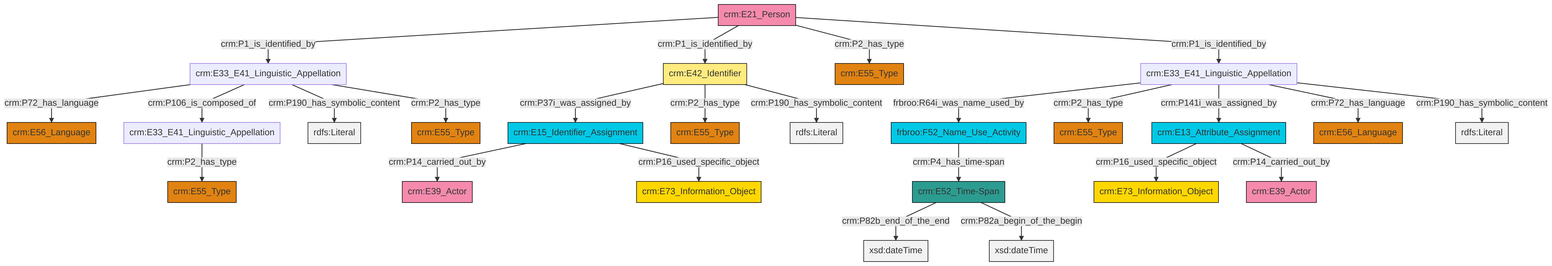
Above: et/personCSV/ttl/mmd/png/Person_Names_and_Classification.png in swiss-art-research-net/reference-data-models (Mermaid), before the change. Its source is kept beside it as et/personCSV/ttl/mmd/Person_Names_and_Classification.ttl.mmd. Its diagram source:
```mermaid
graph TD
classDef Literal fill:#f2f2f2,stroke:#000000;
classDef CRM_Entity fill:#FFFFFF,stroke:#000000;
classDef Temporal_Entity fill:#00C9E6, stroke:#000000;
classDef Type fill:#E18312, stroke:#000000;
classDef Time-Span fill:#2C9C91, stroke:#000000;
classDef Appellation fill:#FFEB7F, stroke:#000000;
classDef Place fill:#008836, stroke:#000000;
classDef Persistent_Item fill:#B266B2, stroke:#000000;
classDef Conceptual_Object fill:#FFD700, stroke:#000000;
classDef Physical_Thing fill:#D2B48C, stroke:#000000;
classDef Actor fill:#f58aad, stroke:#000000;
classDef PC_Classes fill:#4ce600, stroke:#000000;
classDef Multi fill:#cccccc,stroke:#000000;

2["crm:E13_Attribute_Assignment"]:::Temporal_Entity -->|crm:P16_used_specific_object| 3["crm:E73_Information_Object"]:::Conceptual_Object
4["crm:E21_Person"]:::Actor -->|crm:P1_is_identified_by| 5["crm:E33_E41_Linguistic_Appellation"]:::Default
4["crm:E21_Person"]:::Actor -->|crm:P1_is_identified_by| 7["crm:E42_Identifier"]:::Appellation
7["crm:E42_Identifier"]:::Appellation -->|crm:P37i_was_assigned_by| 8["crm:E15_Identifier_Assignment"]:::Temporal_Entity
5["crm:E33_E41_Linguistic_Appellation"]:::Default -->|crm:P72_has_language| 11["crm:E56_Language"]:::Type
7["crm:E42_Identifier"]:::Appellation -->|crm:P2_has_type| 14["crm:E55_Type"]:::Type
15["crm:E33_E41_Linguistic_Appellation"]:::Default -->|frbroo:R64i_was_name_used_by| 16["frbroo:F52_Name_Use_Activity"]:::Temporal_Entity
4["crm:E21_Person"]:::Actor -->|crm:P2_has_type| 17["crm:E55_Type"]:::Type
4["crm:E21_Person"]:::Actor -->|crm:P1_is_identified_by| 15["crm:E33_E41_Linguistic_Appellation"]:::Default
15["crm:E33_E41_Linguistic_Appellation"]:::Default -->|crm:P2_has_type| 0["crm:E55_Type"]:::Type
7["crm:E42_Identifier"]:::Appellation -->|crm:P190_has_symbolic_content| 20[rdfs:Literal]:::Literal
15["crm:E33_E41_Linguistic_Appellation"]:::Default -->|crm:P141i_was_assigned_by| 2["crm:E13_Attribute_Assignment"]:::Temporal_Entity
2["crm:E13_Attribute_Assignment"]:::Temporal_Entity -->|crm:P14_carried_out_by| 21["crm:E39_Actor"]:::Actor
15["crm:E33_E41_Linguistic_Appellation"]:::Default -->|crm:P72_has_language| 25["crm:E56_Language"]:::Type
5["crm:E33_E41_Linguistic_Appellation"]:::Default -->|crm:P106_is_composed_of| 12["crm:E33_E41_Linguistic_Appellation"]:::Default
16["frbroo:F52_Name_Use_Activity"]:::Temporal_Entity -->|crm:P4_has_time-span| 32["crm:E52_Time-Span"]:::Time-Span
8["crm:E15_Identifier_Assignment"]:::Temporal_Entity -->|crm:P14_carried_out_by| 33["crm:E39_Actor"]:::Actor
15["crm:E33_E41_Linguistic_Appellation"]:::Default -->|crm:P190_has_symbolic_content| 34[rdfs:Literal]:::Literal
12["crm:E33_E41_Linguistic_Appellation"]:::Default -->|crm:P2_has_type| 27["crm:E55_Type"]:::Type
5["crm:E33_E41_Linguistic_Appellation"]:::Default -->|crm:P190_has_symbolic_content| 36[rdfs:Literal]:::Literal
32["crm:E52_Time-Span"]:::Time-Span -->|crm:P82b_end_of_the_end| 38[xsd:dateTime]:::Literal
5["crm:E33_E41_Linguistic_Appellation"]:::Default -->|crm:P2_has_type| 9["crm:E55_Type"]:::Type
8["crm:E15_Identifier_Assignment"]:::Temporal_Entity -->|crm:P16_used_specific_object| 22["crm:E73_Information_Object"]:::Conceptual_Object
32["crm:E52_Time-Span"]:::Time-Span -->|crm:P82a_begin_of_the_begin| 44[xsd:dateTime]:::Literal
```
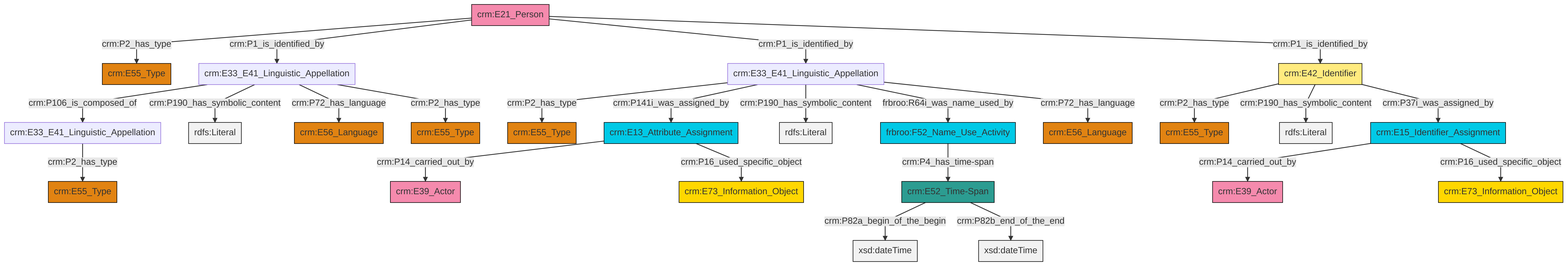
The same file after the commit.

Diff of the diagram source:
```diff
@@ -13,27 +13,27 @@
 classDef PC_Classes fill:#4ce600, stroke:#000000;
 classDef Multi fill:#cccccc,stroke:#000000;
 
-2["crm:E13_Attribute_Assignment"]:::Temporal_Entity -->|crm:P16_used_specific_object| 3["crm:E73_Information_Object"]:::Conceptual_Object
-4["crm:E21_Person"]:::Actor -->|crm:P1_is_identified_by| 5["crm:E33_E41_Linguistic_Appellation"]:::Default
-4["crm:E21_Person"]:::Actor -->|crm:P1_is_identified_by| 7["crm:E42_Identifier"]:::Appellation
-7["crm:E42_Identifier"]:::Appellation -->|crm:P37i_was_assigned_by| 8["crm:E15_Identifier_Assignment"]:::Temporal_Entity
-5["crm:E33_E41_Linguistic_Appellation"]:::Default -->|crm:P72_has_language| 11["crm:E56_Language"]:::Type
-7["crm:E42_Identifier"]:::Appellation -->|crm:P2_has_type| 14["crm:E55_Type"]:::Type
-15["crm:E33_E41_Linguistic_Appellation"]:::Default -->|frbroo:R64i_was_name_used_by| 16["frbroo:F52_Name_Use_Activity"]:::Temporal_Entity
-4["crm:E21_Person"]:::Actor -->|crm:P2_has_type| 17["crm:E55_Type"]:::Type
-4["crm:E21_Person"]:::Actor -->|crm:P1_is_identified_by| 15["crm:E33_E41_Linguistic_Appellation"]:::Default
-15["crm:E33_E41_Linguistic_Appellation"]:::Default -->|crm:P2_has_type| 0["crm:E55_Type"]:::Type
-7["crm:E42_Identifier"]:::Appellation -->|crm:P190_has_symbolic_content| 20[rdfs:Literal]:::Literal
-15["crm:E33_E41_Linguistic_Appellation"]:::Default -->|crm:P141i_was_assigned_by| 2["crm:E13_Attribute_Assignment"]:::Temporal_Entity
-2["crm:E13_Attribute_Assignment"]:::Temporal_Entity -->|crm:P14_carried_out_by| 21["crm:E39_Actor"]:::Actor
-15["crm:E33_E41_Linguistic_Appellation"]:::Default -->|crm:P72_has_language| 25["crm:E56_Language"]:::Type
-5["crm:E33_E41_Linguistic_Appellation"]:::Default -->|crm:P106_is_composed_of| 12["crm:E33_E41_Linguistic_Appellation"]:::Default
-16["frbroo:F52_Name_Use_Activity"]:::Temporal_Entity -->|crm:P4_has_time-span| 32["crm:E52_Time-Span"]:::Time-Span
-8["crm:E15_Identifier_Assignment"]:::Temporal_Entity -->|crm:P14_carried_out_by| 33["crm:E39_Actor"]:::Actor
-15["crm:E33_E41_Linguistic_Appellation"]:::Default -->|crm:P190_has_symbolic_content| 34[rdfs:Literal]:::Literal
-12["crm:E33_E41_Linguistic_Appellation"]:::Default -->|crm:P2_has_type| 27["crm:E55_Type"]:::Type
-5["crm:E33_E41_Linguistic_Appellation"]:::Default -->|crm:P190_has_symbolic_content| 36[rdfs:Literal]:::Literal
-32["crm:E52_Time-Span"]:::Time-Span -->|crm:P82b_end_of_the_end| 38[xsd:dateTime]:::Literal
-5["crm:E33_E41_Linguistic_Appellation"]:::Default -->|crm:P2_has_type| 9["crm:E55_Type"]:::Type
-8["crm:E15_Identifier_Assignment"]:::Temporal_Entity -->|crm:P16_used_specific_object| 22["crm:E73_Information_Object"]:::Conceptual_Object
-32["crm:E52_Time-Span"]:::Time-Span -->|crm:P82a_begin_of_the_begin| 44[xsd:dateTime]:::Literal
+6["crm:E33_E41_Linguistic_Appellation"]:::Default -->|crm:P106_is_composed_of| 7["crm:E33_E41_Linguistic_Appellation"]:::Default
+9["crm:E21_Person"]:::Actor -->|crm:P2_has_type| 10["crm:E55_Type"]:::Type
+2["crm:E42_Identifier"]:::Appellation -->|crm:P2_has_type| 11["crm:E55_Type"]:::Type
+12["crm:E52_Time-Span"]:::Time-Span -->|crm:P82a_begin_of_the_begin| 13[xsd:dateTime]:::Literal
+6["crm:E33_E41_Linguistic_Appellation"]:::Default -->|crm:P190_has_symbolic_content| 14[rdfs:Literal]:::Literal
+6["crm:E33_E41_Linguistic_Appellation"]:::Default -->|crm:P72_has_language| 4["crm:E56_Language"]:::Type
+2["crm:E42_Identifier"]:::Appellation -->|crm:P190_has_symbolic_content| 23[rdfs:Literal]:::Literal
+27["crm:E13_Attribute_Assignment"]:::Temporal_Entity -->|crm:P14_carried_out_by| 21["crm:E39_Actor"]:::Actor
+6["crm:E33_E41_Linguistic_Appellation"]:::Default -->|crm:P2_has_type| 28["crm:E55_Type"]:::Type
+27["crm:E13_Attribute_Assignment"]:::Temporal_Entity -->|crm:P16_used_specific_object| 29["crm:E73_Information_Object"]:::Conceptual_Object
+12["crm:E52_Time-Span"]:::Time-Span -->|crm:P82b_end_of_the_end| 30[xsd:dateTime]:::Literal
+9["crm:E21_Person"]:::Actor -->|crm:P1_is_identified_by| 6["crm:E33_E41_Linguistic_Appellation"]:::Default
+31["crm:E33_E41_Linguistic_Appellation"]:::Default -->|crm:P2_has_type| 0["crm:E55_Type"]:::Type
+9["crm:E21_Person"]:::Actor -->|crm:P1_is_identified_by| 31["crm:E33_E41_Linguistic_Appellation"]:::Default
+33["crm:E15_Identifier_Assignment"]:::Temporal_Entity -->|crm:P14_carried_out_by| 25["crm:E39_Actor"]:::Actor
+31["crm:E33_E41_Linguistic_Appellation"]:::Default -->|crm:P141i_was_assigned_by| 27["crm:E13_Attribute_Assignment"]:::Temporal_Entity
+31["crm:E33_E41_Linguistic_Appellation"]:::Default -->|crm:P190_has_symbolic_content| 38[rdfs:Literal]:::Literal
+31["crm:E33_E41_Linguistic_Appellation"]:::Default -->|frbroo:R64i_was_name_used_by| 34["frbroo:F52_Name_Use_Activity"]:::Temporal_Entity
+31["crm:E33_E41_Linguistic_Appellation"]:::Default -->|crm:P72_has_language| 44["crm:E56_Language"]:::Type
+7["crm:E33_E41_Linguistic_Appellation"]:::Default -->|crm:P2_has_type| 19["crm:E55_Type"]:::Type
+34["frbroo:F52_Name_Use_Activity"]:::Temporal_Entity -->|crm:P4_has_time-span| 12["crm:E52_Time-Span"]:::Time-Span
+9["crm:E21_Person"]:::Actor -->|crm:P1_is_identified_by| 2["crm:E42_Identifier"]:::Appellation
+2["crm:E42_Identifier"]:::Appellation -->|crm:P37i_was_assigned_by| 33["crm:E15_Identifier_Assignment"]:::Temporal_Entity
+33["crm:E15_Identifier_Assignment"]:::Temporal_Entity -->|crm:P16_used_specific_object| 15["crm:E73_Information_Object"]:::Conceptual_Object
```
